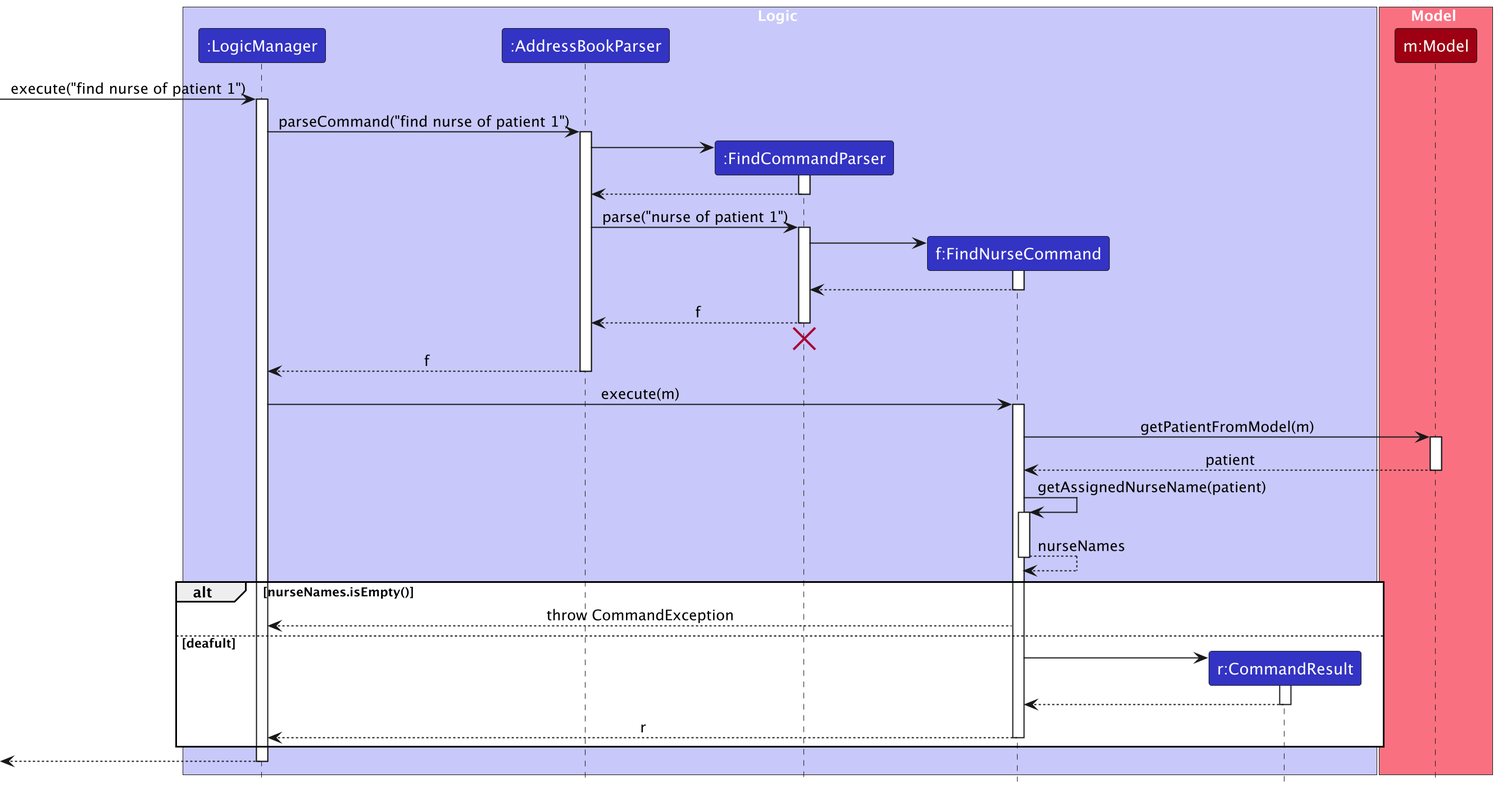
chanjunlin/tp keeps this PlantUML diagram as docs/images/FindCommandSequenceDiagram.png. Above is the earlier version. Its source is kept beside it as docs/diagrams/FindCommandSequenceDiagram.puml.
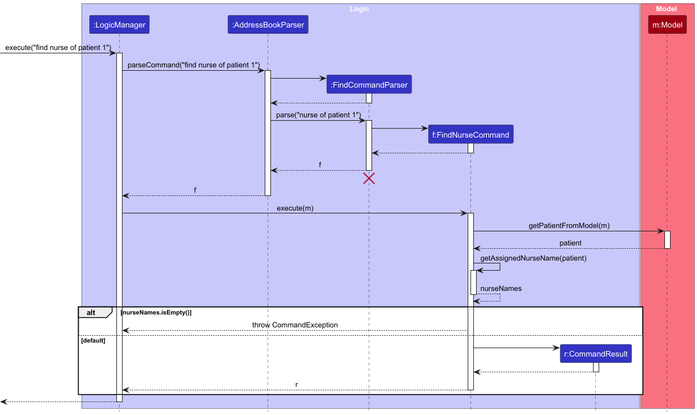
The same diagram one commit later.

The edit, as a diff of the source:
```diff
@@ -61,7 +61,7 @@
 
 alt nurseNames.isEmpty()
         FindNurseCommand --> LogicManager: throw CommandException
-else deafult
+else default
     create CommandResult
     FindNurseCommand -> CommandResult
     activate CommandResult
```
